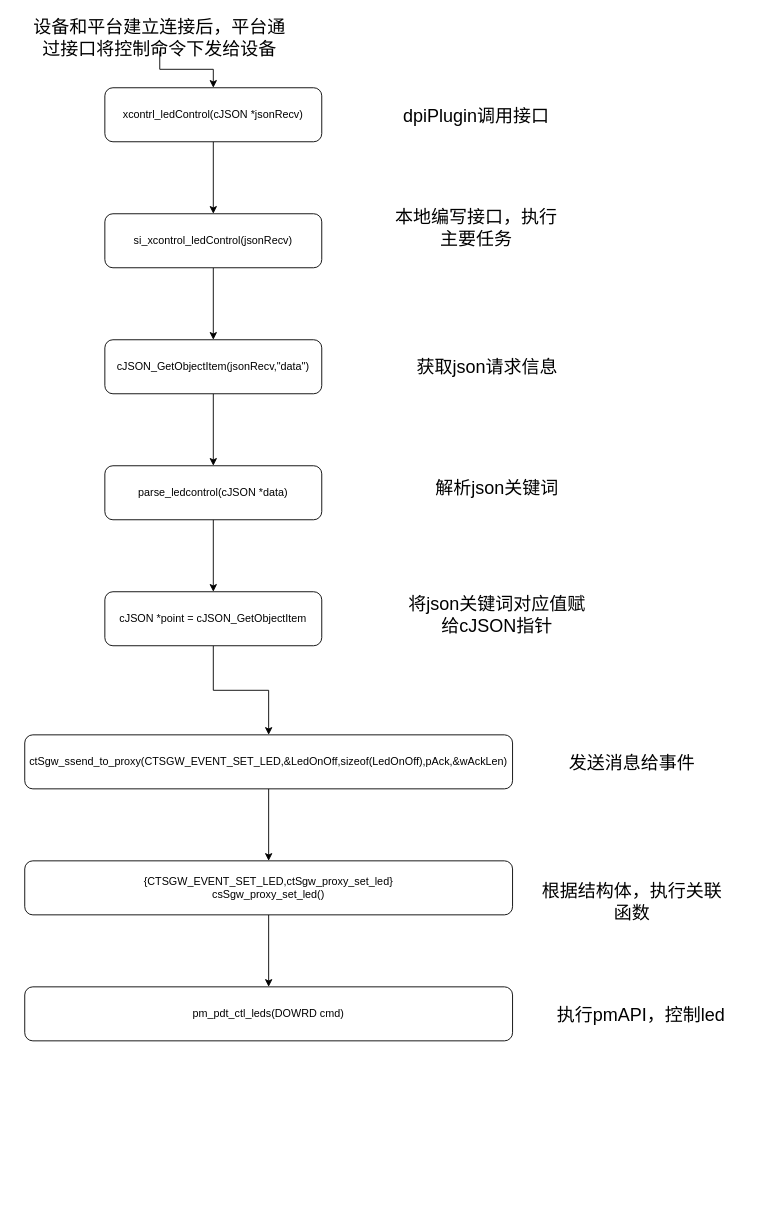
Above: dpiPlugin.drawio in EasternCabbage/draw.io (draw.io), before the change. Source tidied: cells renumbered, new cells numbered last; positions are measured from the earlier drawing's top-left corner, leaving out a move shared by most shapes. Both pictures are drawn from the tidied source at 90%, with x=0, y=0 at pixel (24, 23).
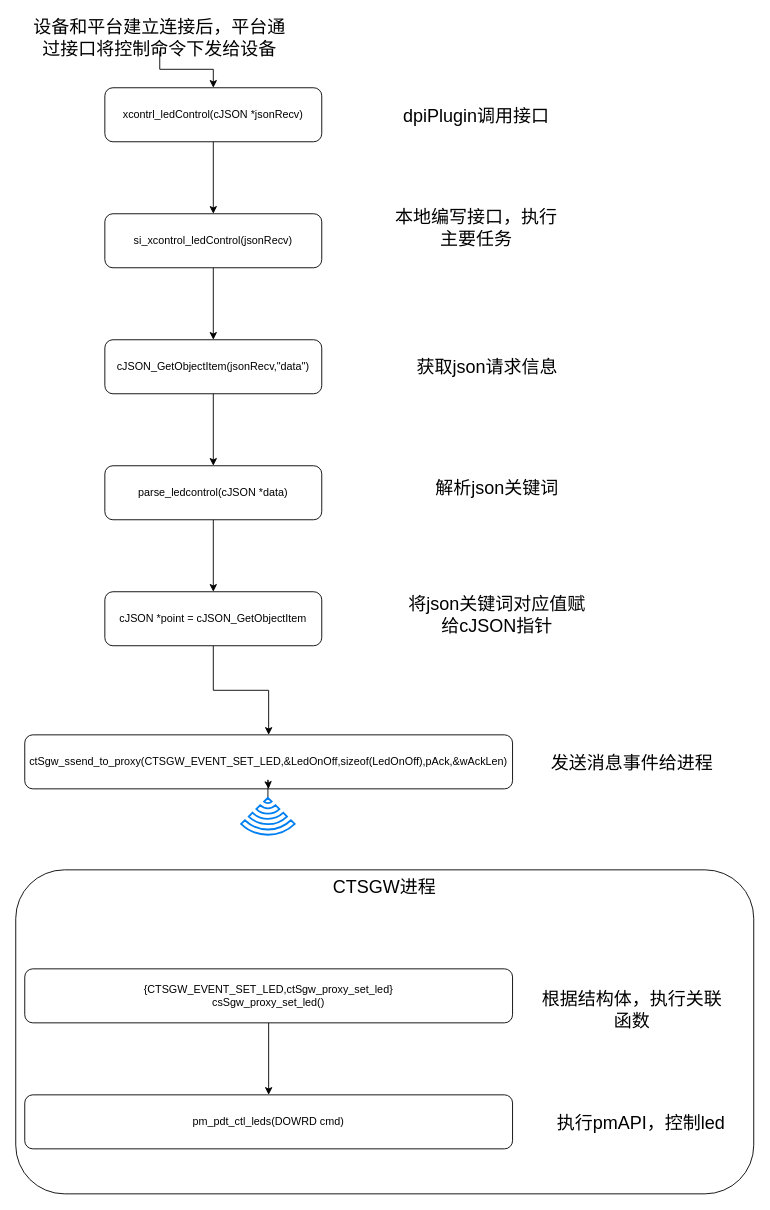
The same diagram, later.

The change refers to these unchanged cells:
```xml
<mxCell id="15" value="ctSgw_ssend_to_proxy(CTSGW_EVENT_SET_LED,&amp;amp;LedOnOff,sizeof(LedOnOff),pAck,&amp;amp;wAckLen)" style="rounded=1;whiteSpace=wrap;html=1;" parent="1" vertex="1">
  <mxGeometry y="790" width="542" height="60" as="geometry" />
</mxCell>
```

Change to the diagram source:
```diff
@@
+    <mxCell id="27" value="CTSGW进程" style="rounded=1;whiteSpace=wrap;html=1;fontSize=20;labelBackgroundColor=none;verticalAlign=top;" parent="1" vertex="1">
+      <mxGeometry x="-10" y="940" width="820" height="360" as="geometry" />
+    </mxCell>
@@
-    <mxCell id="14" style="edgeStyle=orthogonalEdgeStyle;rounded=0;jettySize=auto;html=1;fontSize=20;" parent="1" edge="1" source="15" target="17">
-      <mxGeometry relative="1" as="geometry" />
-    </mxCell>
@@
     <mxCell id="17" value="{CTSGW_EVENT_SET_LED,ctSgw_proxy_set_led}&lt;br&gt;csSgw_proxy_set_led()" style="rounded=1;whiteSpace=wrap;html=1;" parent="1" vertex="1">
-      <mxGeometry y="930" width="542" height="60" as="geometry" />
+      <mxGeometry y="1050" width="542" height="60" as="geometry" />
     </mxCell>
     <mxCell id="18" value="pm_pdt_ctl_leds(DOWRD cmd)" style="rounded=1;whiteSpace=wrap;html=1;" parent="1" vertex="1">
-      <mxGeometry y="1070" width="542" height="60" as="geometry" />
+      <mxGeometry y="1190" width="542" height="60" as="geometry" />
     </mxCell>
@@
-    <mxCell id="24" value="发送消息给事件" style="text;html=1;strokeColor=none;fillColor=none;align=center;verticalAlign=middle;whiteSpace=wrap;rounded=0;fontSize=20;" parent="1" vertex="1">
+    <mxCell id="24" value="发送消息事件给进程" style="text;html=1;strokeColor=none;fillColor=none;align=center;verticalAlign=middle;whiteSpace=wrap;rounded=0;fontSize=20;" parent="1" vertex="1">
       <mxGeometry x="550" y="805" width="250" height="30" as="geometry" />
     </mxCell>
     <mxCell id="25" value="根据结构体，执行关联函数" style="text;html=1;strokeColor=none;fillColor=none;align=center;verticalAlign=middle;whiteSpace=wrap;rounded=0;fontSize=20;" parent="1" vertex="1">
-      <mxGeometry x="565" y="960" width="220" height="30" as="geometry" />
+      <mxGeometry x="565" y="1080" width="220" height="30" as="geometry" />
     </mxCell>
     <mxCell id="26" value="执行pmAPI，控制led" style="text;html=1;strokeColor=none;fillColor=none;align=center;verticalAlign=middle;whiteSpace=wrap;rounded=0;fontSize=20;" parent="1" vertex="1">
-      <mxGeometry x="585" y="1085" width="200" height="30" as="geometry" />
+      <mxGeometry x="585" y="1205" width="200" height="30" as="geometry" />
     </mxCell>
+    <mxCell id="28" style="edgeStyle=orthogonalEdgeStyle;rounded=0;jettySize=auto;html=1;fontSize=20;" parent="1" edge="1" source="29" target="15">
+      <mxGeometry relative="1" as="geometry" />
+    </mxCell>
+    <mxCell id="29" style="html=1;verticalLabelPosition=bottom;align=center;labelBackgroundColor=#ffffff;verticalAlign=top;strokeWidth=2;strokeColor=#0080F0;shadow=0;dashed=0;shape=mxgraph.ios7.icons.wifi;fontSize=20;rotation=-180;" parent="1" vertex="1">
+      <mxGeometry x="240.3" y="860" width="59.7" height="41" as="geometry" />
+    </mxCell>
```
